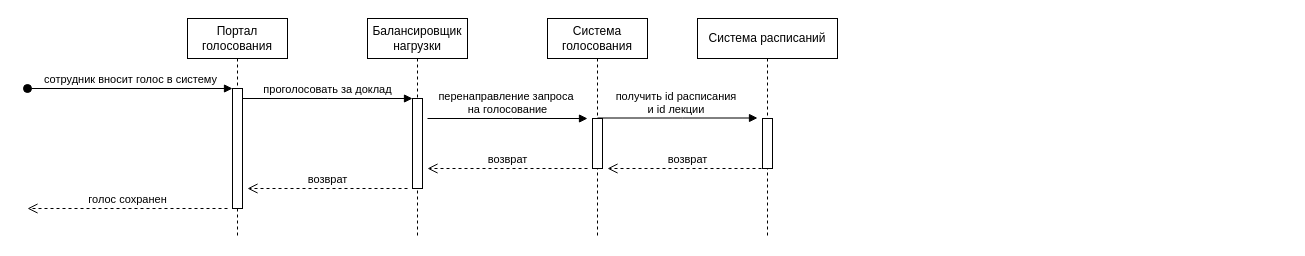
Above: pictures/sources/UC-12.drawio in IrinaMarahtanova/architecture-cata (draw.io), before the change. Source tidied: cells renumbered, new cells numbered last; positions are measured from the earlier drawing's top-left corner, leaving out a move shared by most shapes. Both pictures are drawn from the tidied source at 100%, with x=0, y=0 at pixel (27, 18).
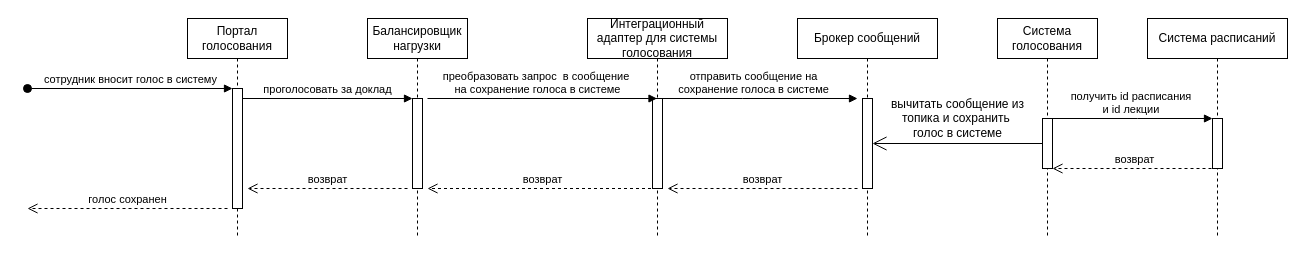
Above is the later version.

Unchanged cells that the change refers to:
```xml
<mxCell id="9" style="html=1;points=[];perimeter=orthogonalPerimeter;outlineConnect=0;targetShapes=umlLifeline;portConstraint=eastwest;newEdgeStyle={&quot;edgeStyle&quot;:&quot;elbowEdgeStyle&quot;,&quot;elbow&quot;:&quot;vertical&quot;,&quot;curved&quot;:0,&quot;rounded&quot;:0};" parent="8" vertex="1">
  <mxGeometry x="45" y="100" width="10" height="50" as="geometry" />
</mxCell>
<mxCell id="15" style="html=1;points=[];perimeter=orthogonalPerimeter;outlineConnect=0;targetShapes=umlLifeline;portConstraint=eastwest;newEdgeStyle={&quot;edgeStyle&quot;:&quot;elbowEdgeStyle&quot;,&quot;elbow&quot;:&quot;vertical&quot;,&quot;curved&quot;:0,&quot;rounded&quot;:0};" parent="14" vertex="1">
  <mxGeometry x="65" y="100" width="10" height="50" as="geometry" />
</mxCell>
```

The edit, as a diff of the source:
```diff
@@
     <mxCell id="8" value="Система голосования" style="shape=umlLifeline;perimeter=lifelinePerimeter;whiteSpace=wrap;html=1;newEdgeStyle={&quot;edgeStyle&quot;:&quot;elbowEdgeStyle&quot;,&quot;elbow&quot;:&quot;vertical&quot;,&quot;curved&quot;:0,&quot;rounded&quot;:0};" parent="1" vertex="1">
-      <mxGeometry x="520" width="100" height="220" as="geometry" />
+      <mxGeometry x="970" width="100" height="220" as="geometry" />
     </mxCell>
@@
-    <mxCell id="10" value="перенаправление запроса&amp;nbsp;&lt;div&gt;на голосование&lt;/div&gt;" style="html=1;verticalAlign=bottom;endArrow=block;edgeStyle=elbowEdgeStyle;elbow=horizontal;curved=0;rounded=0;" parent="1" edge="1">
-      <mxGeometry relative="1" as="geometry">
-        <mxPoint x="400" y="100" as="sourcePoint" />
-        <mxPoint x="560" y="100" as="targetPoint" />
-        <Array as="points">
-          <mxPoint x="485" y="100" />
-        </Array>
-      </mxGeometry>
-    </mxCell>
-    <mxCell id="11" value="возврат" style="html=1;verticalAlign=bottom;endArrow=open;dashed=1;endSize=8;edgeStyle=elbowEdgeStyle;elbow=horizontal;curved=0;rounded=0;" parent="1" edge="1">
-      <mxGeometry relative="1" as="geometry">
-        <mxPoint x="560" y="150" as="sourcePoint" />
-        <mxPoint x="400" y="150" as="targetPoint" />
-        <Array as="points">
-          <mxPoint x="485" y="150" />
-        </Array>
-      </mxGeometry>
-    </mxCell>
@@
     <mxCell id="14" value="Система расписаний" style="shape=umlLifeline;perimeter=lifelinePerimeter;whiteSpace=wrap;html=1;newEdgeStyle={&quot;edgeStyle&quot;:&quot;elbowEdgeStyle&quot;,&quot;elbow&quot;:&quot;vertical&quot;,&quot;curved&quot;:0,&quot;rounded&quot;:0};" parent="1" vertex="1">
-      <mxGeometry x="670" width="140" height="220" as="geometry" />
+      <mxGeometry x="1120" width="140" height="220" as="geometry" />
     </mxCell>
@@
-    <mxCell id="16" value="получить id расписания&amp;nbsp;&lt;div&gt;и id лекции&amp;nbsp;&lt;/div&gt;" style="html=1;verticalAlign=bottom;endArrow=block;edgeStyle=elbowEdgeStyle;elbow=vertical;curved=0;rounded=0;" parent="1" edge="1">
+    <mxCell id="16" value="получить id расписания&amp;nbsp;&lt;div&gt;и id лекции&amp;nbsp;&lt;/div&gt;" style="html=1;verticalAlign=bottom;endArrow=block;edgeStyle=elbowEdgeStyle;elbow=vertical;curved=0;rounded=0;" parent="1" edge="1" source="9" target="15">
       <mxGeometry relative="1" as="geometry">
-        <mxPoint x="570" y="99.5" as="sourcePoint" />
-        <mxPoint x="730" y="99.5" as="targetPoint" />
         <Array as="points">
-          <mxPoint x="655" y="99.5" />
+          <mxPoint x="1110" y="100" />
         </Array>
       </mxGeometry>
     </mxCell>
-    <mxCell id="17" value="возврат" style="html=1;verticalAlign=bottom;endArrow=open;dashed=1;endSize=8;edgeStyle=elbowEdgeStyle;elbow=horizontal;curved=0;rounded=0;" parent="1" edge="1">
+    <mxCell id="17" value="возврат" style="html=1;verticalAlign=bottom;endArrow=open;dashed=1;endSize=8;edgeStyle=elbowEdgeStyle;elbow=horizontal;curved=0;rounded=0;" parent="1" edge="1" target="9">
       <mxGeometry relative="1" as="geometry">
-        <mxPoint x="740" y="150" as="sourcePoint" />
-        <mxPoint x="580" y="150" as="targetPoint" />
+        <mxPoint x="1190" y="150" as="sourcePoint" />
         <Array as="points">
-          <mxPoint x="665" y="150" />
+          <mxPoint x="1115" y="150" />
         </Array>
       </mxGeometry>
     </mxCell>
+    <mxCell id="18" value="Интеграционный адаптер для системы голосования" style="shape=umlLifeline;perimeter=lifelinePerimeter;whiteSpace=wrap;html=1;outlineConnect=0;portConstraint=eastwest;newEdgeStyle={&quot;edgeStyle&quot;:&quot;elbowEdgeStyle&quot;,&quot;elbow&quot;:&quot;vertical&quot;,&quot;curved&quot;:0,&quot;rounded&quot;:0};" parent="1" vertex="1">
+      <mxGeometry x="560" width="140" height="220" as="geometry" />
+    </mxCell>
+    <mxCell id="19" style="html=1;perimeter=orthogonalPerimeter;targetShapes=umlLifeline;newEdgeStyle={&quot;edgeStyle&quot;:&quot;elbowEdgeStyle&quot;,&quot;elbow&quot;:&quot;vertical&quot;,&quot;curved&quot;:0,&quot;rounded&quot;:0};" parent="18" vertex="1">
+      <mxGeometry x="65" y="80" width="10" height="90" as="geometry" />
+    </mxCell>
+    <mxCell id="20" value="преобразовать запрос&amp;nbsp; в сообщение&amp;nbsp;&lt;div&gt;на сохранение голоса в системе&lt;/div&gt;" style="html=1;verticalAlign=bottom;endArrow=block;edgeStyle=elbowEdgeStyle;elbow=vertical;curved=0;rounded=0;" parent="1" edge="1" target="18">
+      <mxGeometry x="-0.04" relative="1" as="geometry">
+        <mxPoint x="400" y="80" as="sourcePoint" />
+        <Array as="points">
+          <mxPoint x="485" y="80" />
+        </Array>
+      </mxGeometry>
+    </mxCell>
+    <mxCell id="21" value="возврат" style="html=1;verticalAlign=bottom;endArrow=open;dashed=1;endSize=8;edgeStyle=elbowEdgeStyle;elbow=horizontal;curved=0;rounded=0;" parent="1" edge="1" source="18">
+      <mxGeometry relative="1" as="geometry">
+        <mxPoint x="400" y="170" as="targetPoint" />
+        <Array as="points">
+          <mxPoint x="485" y="170" />
+        </Array>
+      </mxGeometry>
+    </mxCell>
+    <mxCell id="22" value="Брокер сообщений" style="shape=umlLifeline;perimeter=lifelinePerimeter;whiteSpace=wrap;html=1;newEdgeStyle={&quot;edgeStyle&quot;:&quot;elbowEdgeStyle&quot;,&quot;elbow&quot;:&quot;vertical&quot;,&quot;curved&quot;:0,&quot;rounded&quot;:0};" parent="1" vertex="1">
+      <mxGeometry x="770" width="140" height="220" as="geometry" />
+    </mxCell>
+    <mxCell id="23" style="html=1;points=[];perimeter=orthogonalPerimeter;outlineConnect=0;targetShapes=umlLifeline;portConstraint=eastwest;newEdgeStyle={&quot;edgeStyle&quot;:&quot;elbowEdgeStyle&quot;,&quot;elbow&quot;:&quot;vertical&quot;,&quot;curved&quot;:0,&quot;rounded&quot;:0};" parent="22" vertex="1">
+      <mxGeometry x="65" y="80" width="10" height="90" as="geometry" />
+    </mxCell>
+    <mxCell id="24" value="отправить сообщение на&lt;div&gt;сохранение голоса в системе&lt;/div&gt;" style="html=1;verticalAlign=bottom;endArrow=block;edgeStyle=elbowEdgeStyle;elbow=vertical;curved=0;rounded=0;" parent="1" edge="1">
+      <mxGeometry x="-0.04" relative="1" as="geometry">
+        <mxPoint x="630" y="80" as="sourcePoint" />
+        <mxPoint x="830" y="80" as="targetPoint" />
+        <Array as="points">
+          <mxPoint x="715" y="80" />
+        </Array>
+      </mxGeometry>
+    </mxCell>
+    <mxCell id="25" value="возврат" style="html=1;verticalAlign=bottom;endArrow=open;dashed=1;endSize=8;edgeStyle=elbowEdgeStyle;elbow=horizontal;curved=0;rounded=0;" parent="1" edge="1">
+      <mxGeometry relative="1" as="geometry">
+        <mxPoint x="830" y="170" as="sourcePoint" />
+        <mxPoint x="640" y="170" as="targetPoint" />
+        <Array as="points">
+          <mxPoint x="725" y="170" />
+        </Array>
+      </mxGeometry>
+    </mxCell>
+    <mxCell id="26" style="endArrow=open;endFill=1;endSize=12;html=1;rounded=0;" parent="1" edge="1" source="9" target="23">
+      <mxGeometry relative="1" as="geometry" />
+    </mxCell>
+    <mxCell id="27" value="вычитать сообщение из&lt;div&gt;топика и сохранить&amp;nbsp;&lt;/div&gt;&lt;div&gt;голос в системе&lt;/div&gt;" style="text;html=1;align=center;verticalAlign=middle;strokeColor=none;fillColor=none;" parent="1" vertex="1">
+      <mxGeometry x="850" y="70" width="160" height="60" as="geometry" />
+    </mxCell>
```
